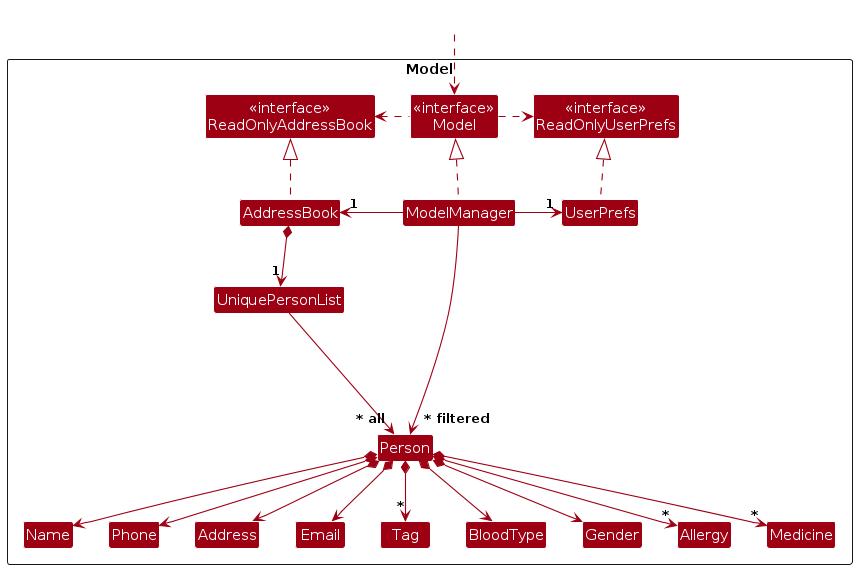
Earlier version of the PlantUML export diagrams/ModelClassDiagram.png (AY2526S1-CS2103T-F11-1/tp). Its source is kept beside it as diagrams/ModelClassDiagram.puml.
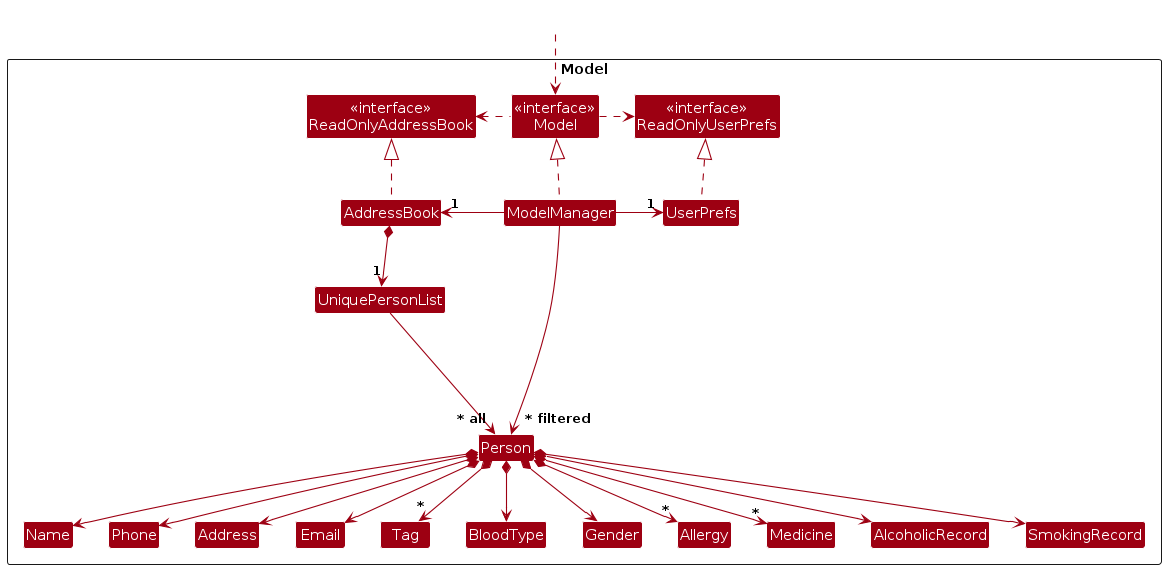
Above is the later version.

Diff of the diagram source:
```diff
@@ -23,6 +23,8 @@
 Class Gender
 Class Allergy
 Class Medicine
+Class AlcoholicRecord
+Class SmokingRecord
 
 Class I #FFFFFF
 }
@@ -50,6 +52,8 @@
 Person *--> Gender
 Person *--> "*" Medicine
 Person *--> "*" Allergy
+Person *--> AlcoholicRecord
+Person *--> SmokingRecord
 
 Person -[hidden]up--> I
 UniquePersonList -[hidden]right-> I
```
